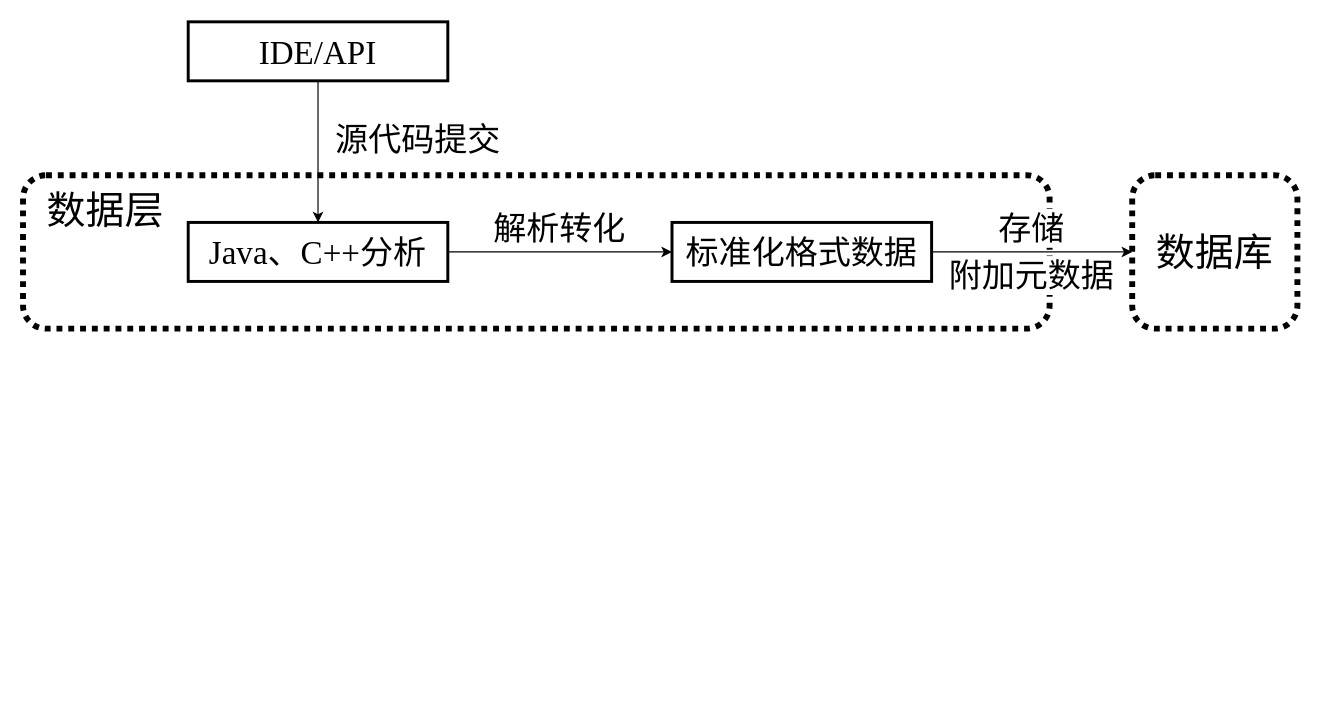
Before: 工作流程图.drawio in LovenSar/-, a draw.io diagram. Source tidied: cells renumbered, new cells numbered last; positions are measured from the earlier drawing's top-left corner, leaving out a move shared by most shapes. Both pictures are drawn from the tidied source at 118%, with x=0, y=0 at pixel (22, 21).
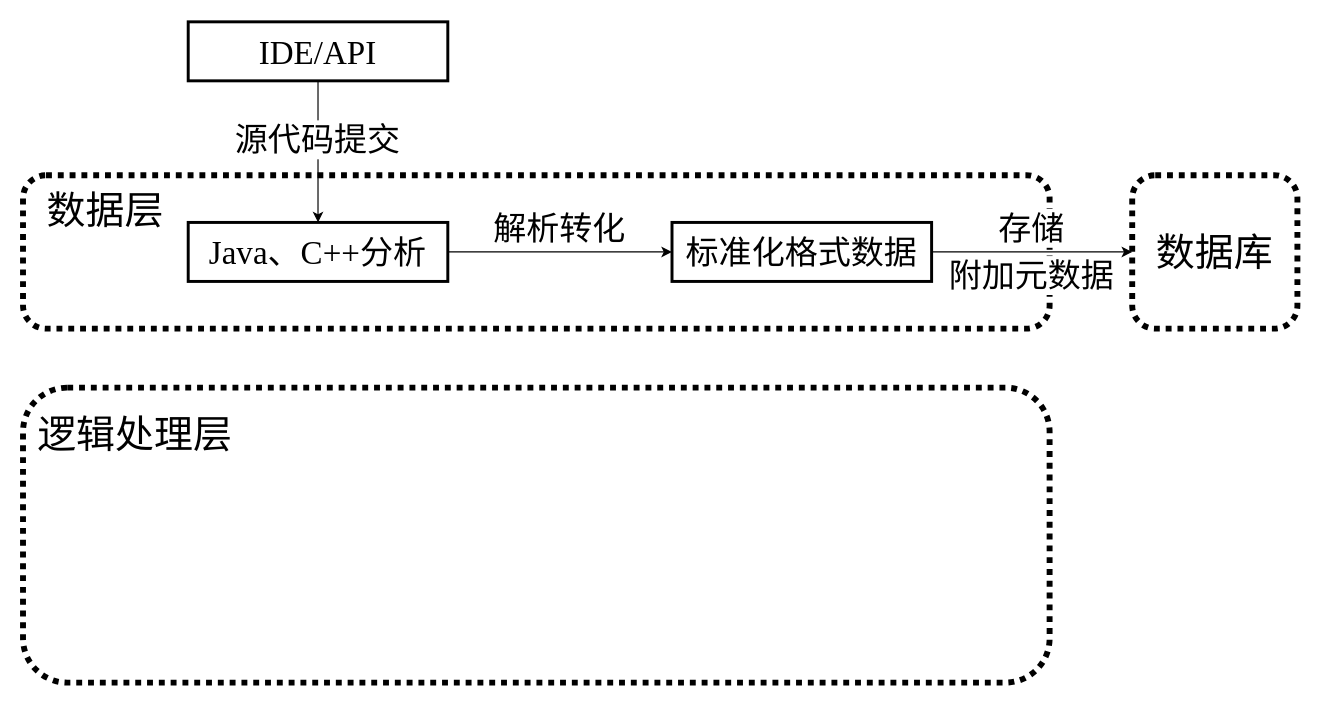
Above is the later version.

Commit message (it also covers changes not shown here):
更新工作流程图.drawio

The edit, as a diff of the source:
```diff
@@
 <mxGraphModel>
   <root>
     <mxCell id="0" />
     <mxCell id="1" parent="0" />
     <mxCell id="2" style="rounded=1;whiteSpace=wrap;html=1;fillColor=none;strokeWidth=5;dashed=1;dashPattern=1 1;" parent="1" vertex="1">
       <mxGeometry y="130" width="870" height="130" as="geometry" />
     </mxCell>
     <mxCell id="3" value="数据层" style="text;html=1;align=center;verticalAlign=middle;whiteSpace=wrap;rounded=0;fontFamily=宋体;fontSize=33;" parent="1" vertex="1">
       <mxGeometry x="10" y="150" width="120" height="20" as="geometry" />
     </mxCell>
     <mxCell id="4" style="edgeStyle=orthogonalEdgeStyle;rounded=0;jettySize=auto;html=1;entryX=0.5;entryY=0;entryDx=0;entryDy=0;" parent="1" edge="1" source="5" target="7">
       <mxGeometry relative="1" as="geometry" />
     </mxCell>
     <mxCell id="5" value="&lt;font style=&quot;font-size: 28px;&quot;&gt;IDE/API&lt;/font&gt;" style="rounded=0;whiteSpace=wrap;html=1;fillColor=none;strokeWidth=2.5;fontFamily=Times New Roman;fontSize=33;" parent="1" vertex="1">
       <mxGeometry x="140" width="220" height="50" as="geometry" />
     </mxCell>
     <mxCell id="6" style="edgeStyle=orthogonalEdgeStyle;rounded=0;jettySize=auto;html=1;entryX=0;entryY=0.5;entryDx=0;entryDy=0;" parent="1" edge="1" source="7" target="9">
       <mxGeometry relative="1" as="geometry" />
     </mxCell>
     <mxCell id="7" value="&lt;span style=&quot;font-size: 28px;&quot;&gt;Java、C++分析&lt;/span&gt;" style="rounded=0;whiteSpace=wrap;html=1;fillColor=none;strokeWidth=2.5;fontFamily=Times New Roman;fontSize=33;" parent="1" vertex="1">
       <mxGeometry x="140" y="170" width="220" height="50" as="geometry" />
     </mxCell>
     <mxCell id="8" style="edgeStyle=orthogonalEdgeStyle;rounded=0;jettySize=auto;html=1;entryX=0;entryY=0.5;entryDx=0;entryDy=0;exitX=1;exitY=0.5;exitDx=0;exitDy=0;" parent="1" edge="1" source="9" target="10">
       <mxGeometry relative="1" as="geometry" />
     </mxCell>
     <mxCell id="9" value="&lt;span style=&quot;font-size: 28px;&quot;&gt;标准化格式数据&lt;/span&gt;" style="rounded=0;whiteSpace=wrap;html=1;fillColor=none;strokeWidth=2.5;fontFamily=Times New Roman;fontSize=33;" parent="1" vertex="1">
       <mxGeometry x="550" y="170" width="220" height="50" as="geometry" />
     </mxCell>
     <mxCell id="10" style="rounded=1;whiteSpace=wrap;html=1;fillColor=none;strokeWidth=5;dashed=1;dashPattern=1 1;" parent="1" vertex="1">
       <mxGeometry x="940" y="130" width="140" height="130" as="geometry" />
     </mxCell>
     <mxCell id="11" value="数据库" style="text;html=1;align=center;verticalAlign=middle;whiteSpace=wrap;rounded=0;fontFamily=宋体;fontSize=33;" parent="1" vertex="1">
       <mxGeometry x="950" y="185" width="120" height="20" as="geometry" />
     </mxCell>
-    <mxCell id="12" value="源代码提交" style="text;html=1;align=center;verticalAlign=middle;whiteSpace=wrap;rounded=0;fontFamily=宋体;fontSize=28;" parent="1" vertex="1">
-      <mxGeometry x="250" y="90" width="170" height="20" as="geometry" />
+    <mxCell id="12" value="源代码提交" style="text;html=1;align=center;verticalAlign=middle;whiteSpace=wrap;rounded=0;fontFamily=宋体;fontSize=28;labelBackgroundColor=default;" parent="1" vertex="1">
+      <mxGeometry x="165" y="90" width="170" height="20" as="geometry" />
     </mxCell>
     <mxCell id="13" value="解析转化" style="text;html=1;align=center;verticalAlign=middle;whiteSpace=wrap;rounded=0;fontFamily=宋体;fontSize=28;" parent="1" vertex="1">
       <mxGeometry x="370" y="165" width="170" height="20" as="geometry" />
     </mxCell>
     <mxCell id="14" value="存储" style="text;html=1;align=center;verticalAlign=middle;whiteSpace=wrap;rounded=0;fontFamily=宋体;fontSize=28;labelBackgroundColor=default;" parent="1" vertex="1">
       <mxGeometry x="770" y="165" width="170" height="20" as="geometry" />
     </mxCell>
     <mxCell id="15" value="附加元数据" style="text;html=1;align=center;verticalAlign=middle;whiteSpace=wrap;rounded=0;fontFamily=宋体;fontSize=28;labelBackgroundColor=default;" parent="1" vertex="1">
       <mxGeometry x="770" y="205" width="170" height="20" as="geometry" />
     </mxCell>
+    <mxCell id="16" style="rounded=1;whiteSpace=wrap;html=1;fillColor=none;strokeWidth=5;dashed=1;dashPattern=1 1;" parent="1" vertex="1">
+      <mxGeometry y="310" width="870" height="250" as="geometry" />
+    </mxCell>
+    <mxCell id="17" value="逻辑处理层" style="text;html=1;align=center;verticalAlign=middle;whiteSpace=wrap;rounded=0;fontFamily=宋体;fontSize=33;" parent="1" vertex="1">
+      <mxGeometry x="10" y="340" width="170" height="20" as="geometry" />
+    </mxCell>
   </root>
 </mxGraphModel>
```
